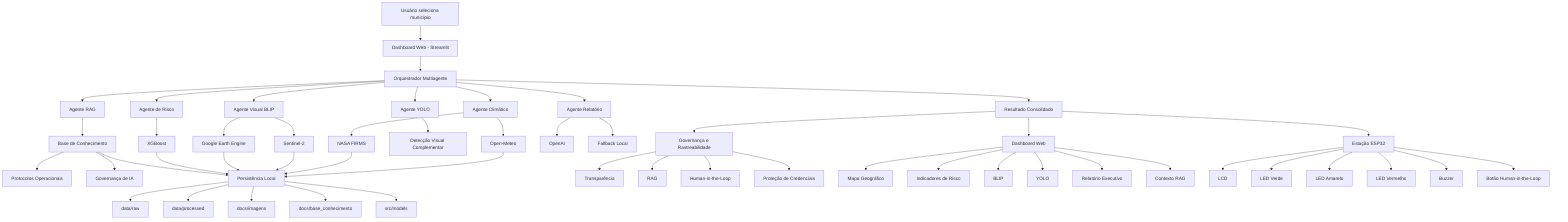
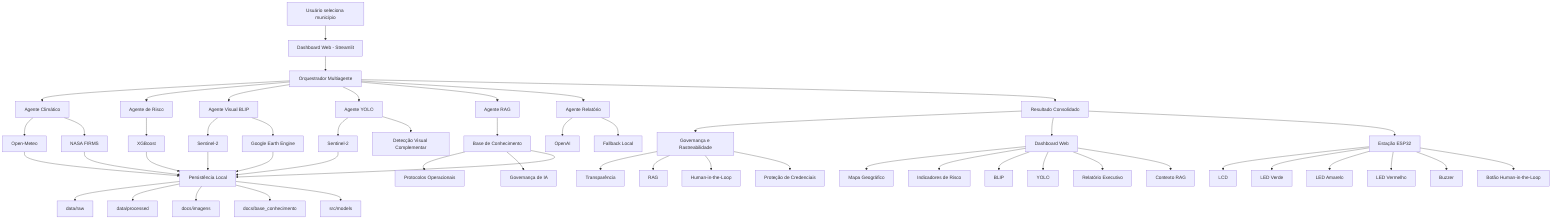
flowchart TD

    A[Usuário seleciona município] --> B[Dashboard Web - Streamlit]

    B --> C[Orquestrador Multiagente]

    C --> D[Agente Climático]
    C --> E[Agente de Risco]
    C --> F[Agente Visual BLIP]
    C --> G[Agente YOLO]
    C --> H[Agente RAG]
    C --> I[Agente Relatório]

    D --> D1[Open-Meteo]
    D --> D2[NASA FIRMS]

    E --> E1[XGBoost]

    F --> F1[Sentinel-2]
    F --> F2[Google Earth Engine]

-     G --> G1[Detecção Visual Complementar]
+     G --> G1[Sentinel-2]
+     G --> G2[Detecção Visual Complementar]

    H --> H1[Base de Conhecimento]
    H1 --> H2[Protocolos Operacionais]
    H1 --> H3[Governança de IA]

    I --> I1[OpenAI]
    I --> I2[Fallback Local]

    D1 --> P[Persistência Local]
    D2 --> P
    F1 --> P
    F2 --> P
+     G1 --> P
    E1 --> P
    H1 --> P

    P --> P1[data/raw]
    P --> P2[data/processed]
    P --> P3[docs/imagens]
    P --> P4[docs/base_conhecimento]
    P --> P5[src/models]

    C --> R[Resultado Consolidado]

    R --> S[Governança e Rastreabilidade]

    S --> S1[Transparência]
    S --> S2[RAG]
    S --> S3[Human-in-the-Loop]
    S --> S4[Proteção de Credenciais]

    R --> T[Dashboard Web]

    T --> T1[Mapa Geográfico]
    T --> T2[Indicadores de Risco]
    T --> T3[BLIP]
    T --> T4[YOLO]
    T --> T5[Relatório Executivo]
    T --> T6[Contexto RAG]

    R --> U[Estação ESP32]

    U --> U1[LCD]
    U --> U2[LED Verde]
    U --> U3[LED Amarelo]
    U --> U4[LED Vermelho]
    U --> U5[Buzzer]
    U --> U6[Botão Human-in-the-Loop]